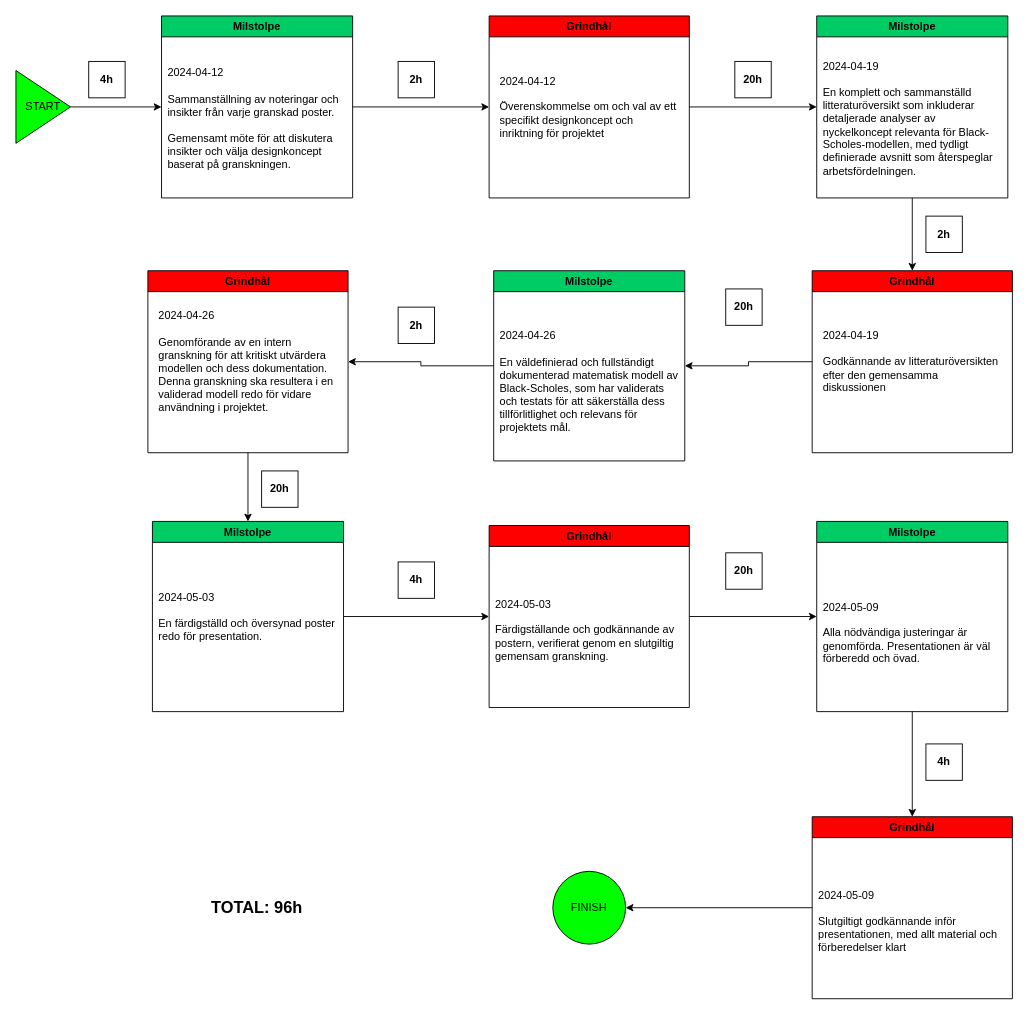
The draw.io diagram The_Pricing_of_Options_and_Corporate_Liabilities/Project_plan/Tidsplan.drawio in Fluntin/Numerical-Methods-PDE, before the edit. Source tidied: cells renumbered, new cells numbered last; positions are measured from the earlier drawing's top-left corner, leaving out a move shared by most shapes. Both pictures are drawn from the tidied source at 91%, with x=0, y=0 at pixel (15, 15).
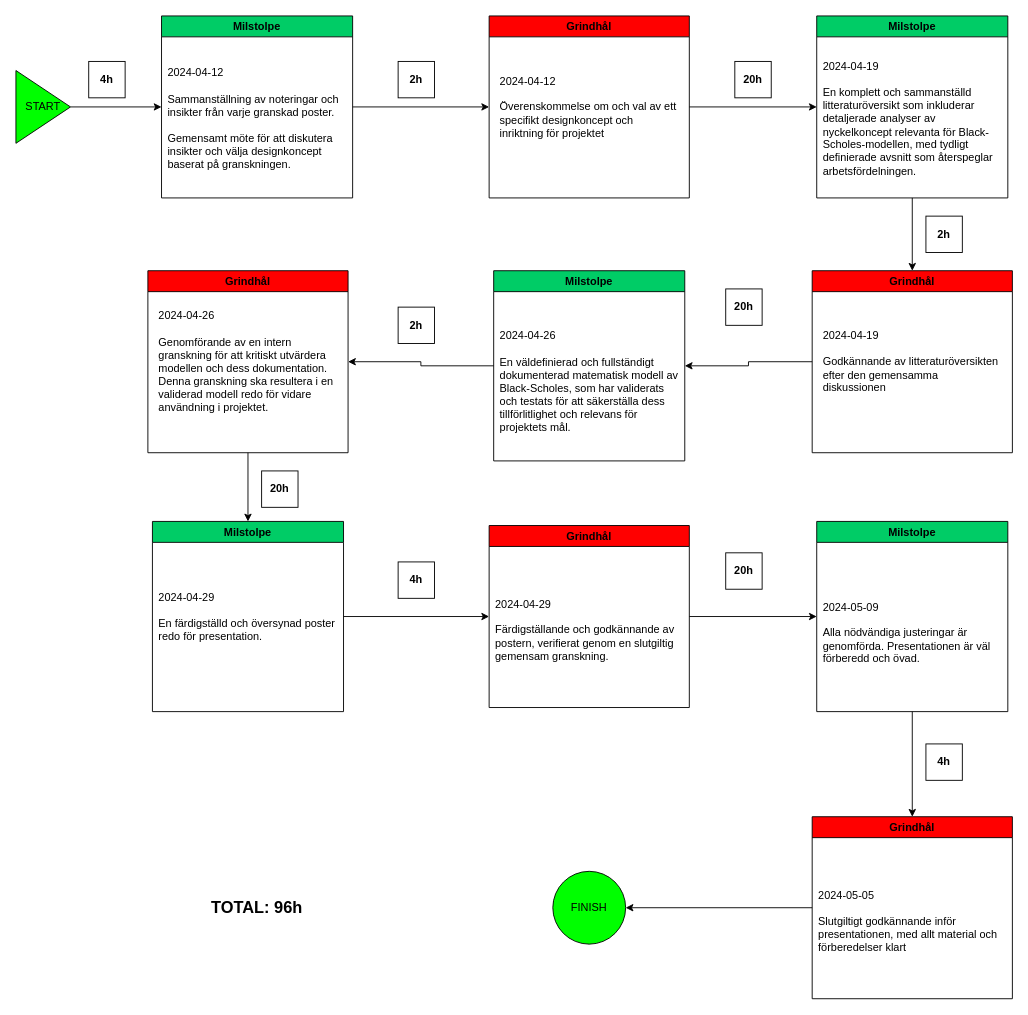
After the change.

The change refers to these unchanged cells:
```xml
<mxCell id="29" value="Milstolpe" style="swimlane;fillColor=#00CC66;" parent="1" vertex="1">
  <mxGeometry x="150" y="555.5" width="210" height="209" as="geometry" />
</mxCell>
<mxCell id="33" value="Grindhål" style="swimlane;fillColor=#FF0000;" parent="1" vertex="1">
  <mxGeometry x="520" y="560" width="220" height="200" as="geometry" />
</mxCell>
<mxCell id="40" value="Grindhål" style="swimlane;fillColor=#FF0000;" parent="1" vertex="1">
  <mxGeometry x="875" y="880" width="220" height="200" as="geometry" />
</mxCell>
```

Change to the diagram source:
```diff
@@
-    <mxCell id="30" value="2024-05-03&lt;br&gt;&lt;br&gt;En färdigställd och översynad poster redo för presentation." style="text;html=1;strokeColor=none;fillColor=none;align=left;verticalAlign=middle;whiteSpace=wrap;rounded=0;" parent="29" vertex="1">
+    <mxCell id="30" value="2024-04-29&lt;br&gt;&lt;br&gt;En färdigställd och översynad poster redo för presentation." style="text;html=1;strokeColor=none;fillColor=none;align=left;verticalAlign=middle;whiteSpace=wrap;rounded=0;" parent="29" vertex="1">
       <mxGeometry x="5" y="17.5" width="200" height="174" as="geometry" />
     </mxCell>
@@
-    <mxCell id="34" value="2024-05-03&lt;br&gt;&lt;br&gt;Färdigställande och godkännande av postern, verifierat genom en slutgiltig gemensam granskning." style="text;html=1;strokeColor=none;fillColor=none;align=left;verticalAlign=middle;whiteSpace=wrap;rounded=0;" parent="33" vertex="1">
+    <mxCell id="34" value="2024-04-29&lt;br&gt;&lt;br&gt;Färdigställande och godkännande av postern, verifierat genom en slutgiltig gemensam granskning." style="text;html=1;strokeColor=none;fillColor=none;align=left;verticalAlign=middle;whiteSpace=wrap;rounded=0;" parent="33" vertex="1">
       <mxGeometry x="5" y="50" width="200" height="130" as="geometry" />
     </mxCell>
@@
-    <mxCell id="41" value="2024-05-09&lt;br&gt;&lt;br&gt;Slutgiltigt godkännande inför presentationen, med allt material och förberedelser klart" style="text;html=1;strokeColor=none;fillColor=none;align=left;verticalAlign=middle;whiteSpace=wrap;rounded=0;" parent="40" vertex="1">
+    <mxCell id="41" value="2024-05-05&lt;br&gt;&lt;br&gt;Slutgiltigt godkännande inför presentationen, med allt material och förberedelser klart" style="text;html=1;strokeColor=none;fillColor=none;align=left;verticalAlign=middle;whiteSpace=wrap;rounded=0;" parent="40" vertex="1">
       <mxGeometry x="5" y="50" width="200" height="130" as="geometry" />
     </mxCell>
```
